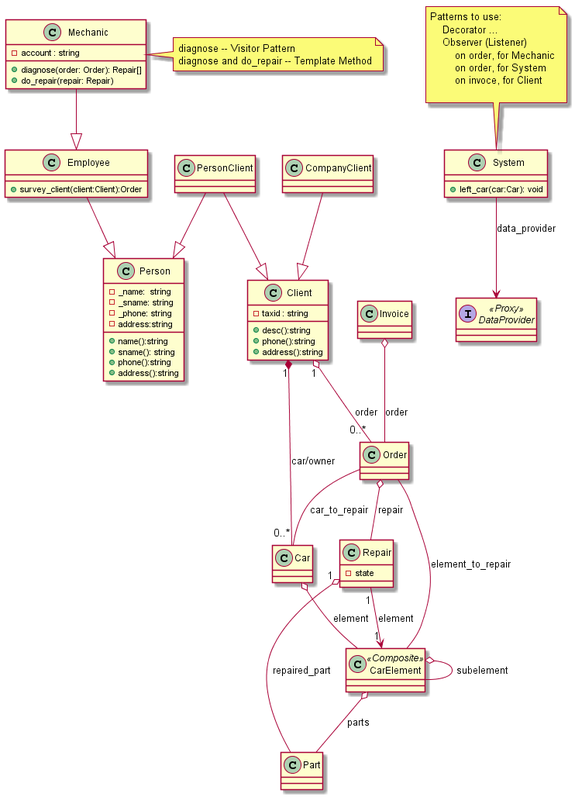
Earlier version of the PlantUML export out/warsztat_class_diaram/warsztat_class_diaram.png (kpodlaski/Prog_zaaw_I_2020).
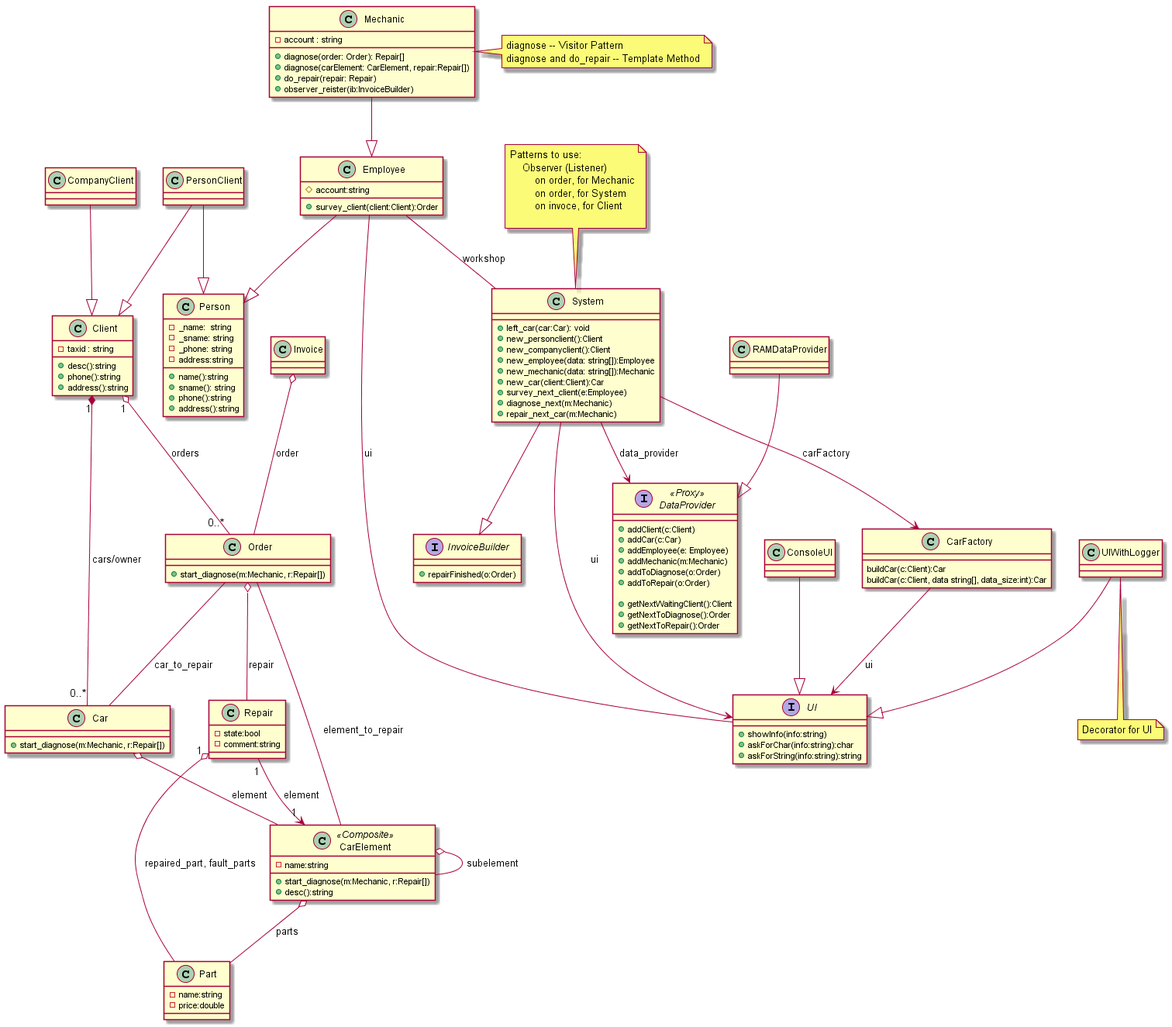
Later version of the same file.

Commit message:
Diagrams and code synchronized

Diff of the diagram source:
```diff
@@ -4,23 +4,29 @@
     PersonClient --|> Person
     PersonClient --|> Client
     CompanyClient --|> Client
-    Client "1" o-- "0..*" Order :order
-    Client "1" *-- "0..*" Car: car/owner
+    System --|> InvoiceBuilder
+    Employee -- System: workshop
+    Employee -- UI: ui
+    Client "1" o-- "0..*" Order :orders
+    Client "1" *-- "0..*" Car: cars/owner
 
     Car o-- CarElement: element
     CarElement o-- Part : parts
     CarElement o-- CarElement: subelement
     Repair "1" --> "1" CarElement : element
-    Repair "1" o-- Part : repaired_part
+    Repair "1" o-- Part : repaired_part, fault_parts
     Order -- CarElement : element_to_repair
     Order -- Car : car_to_repair
     Order o-- Repair : repair
     Invoice o-- Order: order
     System --> DataProvider : data_provider
+    System --> UI: ui
+    System --> CarFactory: carFactory
+    CarFactory --> UI: ui
+
 
     note top of System
         Patterns to use:
-            Decorator ...
             Observer (Listener)
                 on order, for Mechanic
                 on order, for System
@@ -41,13 +47,16 @@
     }
 
     class Employee{
+        #account:string
         +survey_client(client:Client):Order
     }
 
     class Mechanic{
         -account : string
         +diagnose(order: Order): Repair[]
+        +diagnose(carElement: CarElement, repair:Repair[])
         +do_repair(repair: Repair)
+        +observer_reister(ib:InvoiceBuilder)
     }
     note right of Mechanic
         diagnose -- Visitor Pattern
@@ -69,27 +78,77 @@
 
     }
 
-    class Car{}
+    class Car{
+        +start_diagnose(m:Mechanic, r:Repair[])
+    }
 
     class CarElement <<Composite>>{
-
+        -name:string
+        +start_diagnose(m:Mechanic, r:Repair[])
+        +desc():string
     }
 
-    class Part{}
-    class Order{}
+    class Part{
+        -name:string
+        -price:double
+    }
+    class Order{
+        +start_diagnose(m:Mechanic, r:Repair[])
+    }
     class Repair{
-        - state
+        - state:bool
+        - comment:string
     }
 
     class Invoice{}
 
     class System {
         +left_car(car:Car): void
+        +new_personclient():Client
+        +new_companyclient():Client
+        +new_employee(data: string[]):Employee
+        +new_mechanic(data: string[]):Mechanic
+        +new_car(client:Client):Car
+        +survey_next_client(e:Employee)
+        +diagnose_next(m:Mechanic)
+	    +repair_next_car(m:Mechanic)
     }
 
     interface DataProvider  <<Proxy>>{
+        +addClient(c:Client)
+	    +addCar(c:Car)
+	    +addEmployee(e: Employee)
+	    +addMechanic(m:Mechanic)
+	    +addToDiagnose(o:Order)
+	    +addToRepair(o:Order)
+
+	    +getNextWaitingClient():Client
+	    +getNextToDiagnose():Order
+	    +getNextToRepair():Order
 
     }
 
+    RAMDataProvider --|> DataProvider
+
+    class CarFactory{
+        buildCar(c:Client):Car
+        buildCar(c:Client, data string[], data_size:int):Car
+    }
+
+    interface InvoiceBuilder{
+        +repairFinished(o:Order)
+    }
+
+    interface UI {
+        +showInfo(info:string)
+        +askForChar(info:string):char
+        +askForString(info:string):string
+    }
+
+    ConsoleUI --|> UI
+    UIWithLogger --|> UI
+    note bottom of UIWithLogger
+        Decorator for UI
+    endnote
 
 @enduml
```
